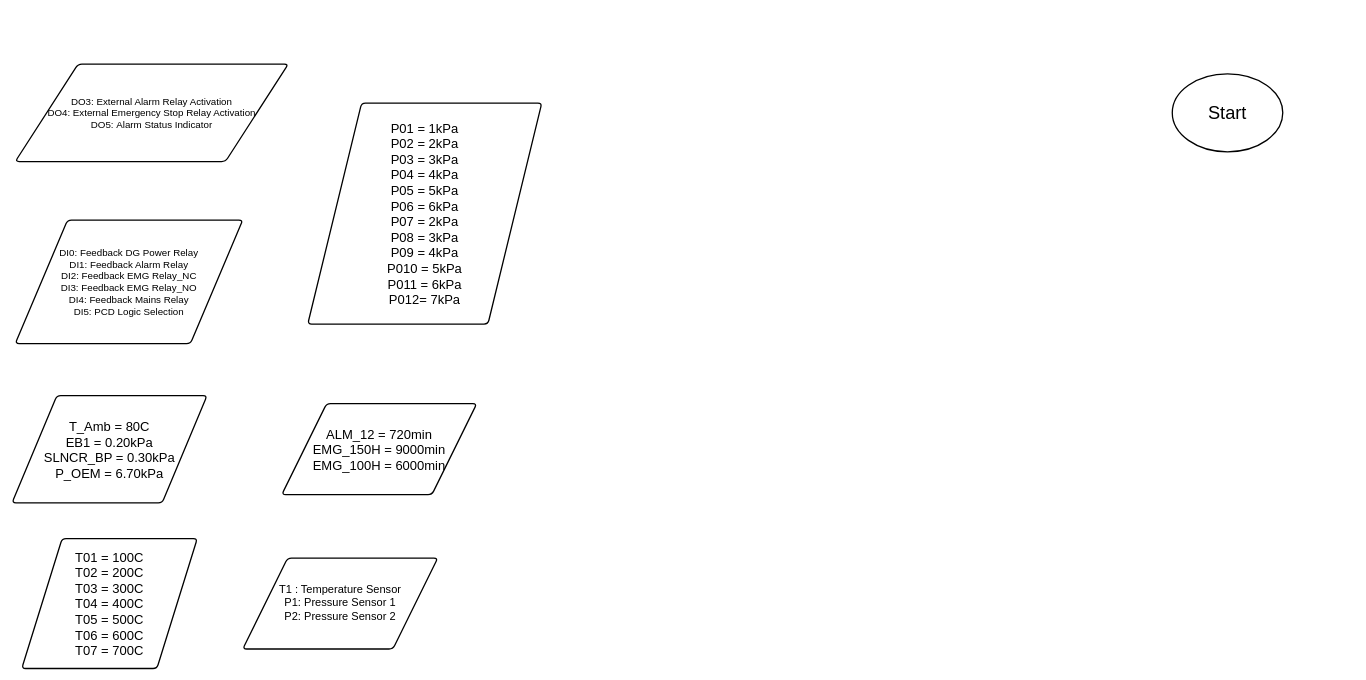
LakshayNegi108/Arduino-Projects keeps this draw.io diagram as page "Variables" (1 of 3) of RECD Logic A.drawio. Above is the earlier version. Source tidied: cells renumbered, new cells numbered last; positions are measured from the earlier drawing's top-left corner, leaving out a move shared by most shapes. Both pictures are drawn from the tidied source at 65%, with x=0, y=0 at pixel (12, 64).
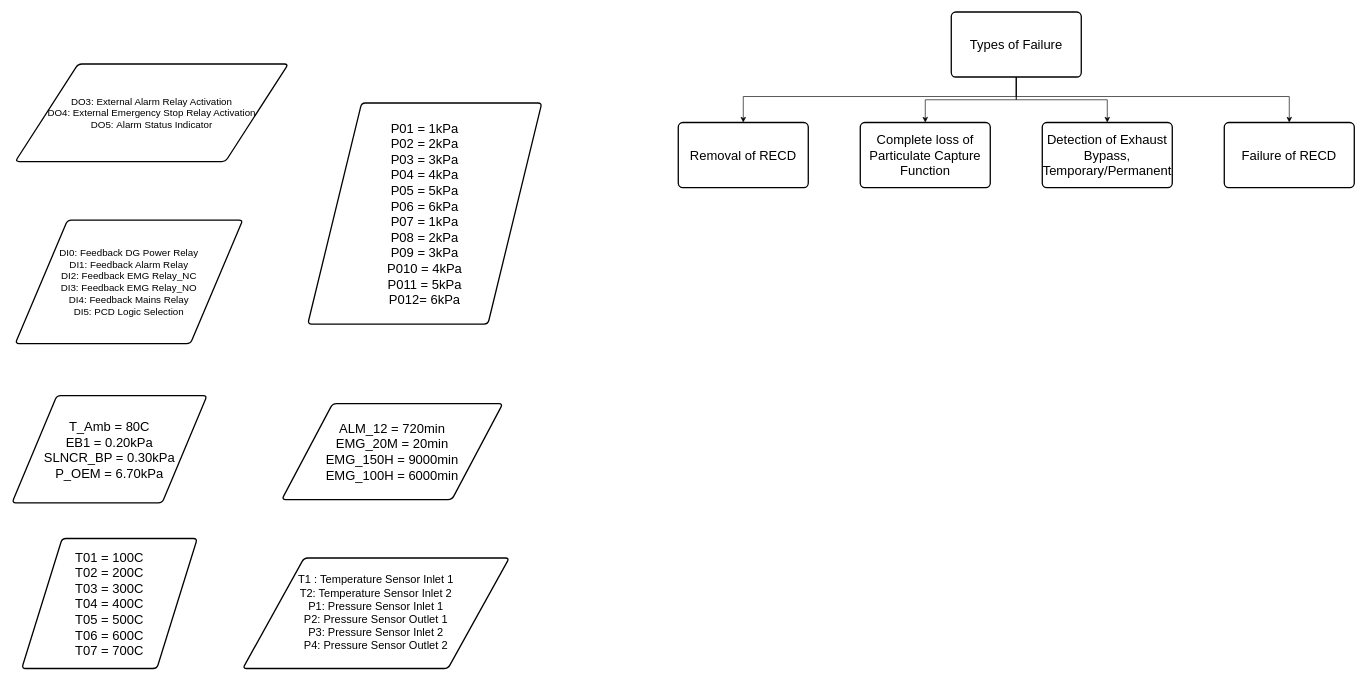
After the change.

The edit, as a diff of the source:
```diff
@@
-    <mxCell id="5" value="&lt;font style=&quot;font-size: 20px;&quot;&gt;P01 = 1kPa&lt;br style=&quot;border-color: var(--border-color);&quot;&gt;P02 = 2kPa&lt;br style=&quot;border-color: var(--border-color);&quot;&gt;P03 = 3kPa&lt;br style=&quot;border-color: var(--border-color);&quot;&gt;P04 = 4kPa&lt;br style=&quot;border-color: var(--border-color);&quot;&gt;P05 = 5kPa&lt;br style=&quot;border-color: var(--border-color);&quot;&gt;P06 = 6kPa&lt;br style=&quot;border-color: var(--border-color);&quot;&gt;P07 = 2kPa&lt;br&gt;P08 = 3kPa&lt;br&gt;P09 = 4kPa&lt;br&gt;P010 = 5kPa&lt;br style=&quot;border-color: var(--border-color);&quot;&gt;P011 = 6kPa&lt;br style=&quot;border-color: var(--border-color);&quot;&gt;P012= 7kPa&lt;br style=&quot;border-color: var(--border-color);&quot;&gt;&lt;/font&gt;" style="shape=parallelogram;html=1;strokeWidth=2;perimeter=parallelogramPerimeter;whiteSpace=wrap;rounded=1;arcSize=12;size=0.23;" parent="1" vertex="1">
+    <mxCell id="5" value="&lt;font style=&quot;font-size: 20px;&quot;&gt;P01 = 1kPa&lt;br style=&quot;border-color: var(--border-color);&quot;&gt;P02 = 2kPa&lt;br style=&quot;border-color: var(--border-color);&quot;&gt;P03 = 3kPa&lt;br style=&quot;border-color: var(--border-color);&quot;&gt;P04 = 4kPa&lt;br style=&quot;border-color: var(--border-color);&quot;&gt;P05 = 5kPa&lt;br style=&quot;border-color: var(--border-color);&quot;&gt;P06 = 6kPa&lt;br style=&quot;border-color: var(--border-color);&quot;&gt;P07 = 1kPa&lt;br&gt;P08 = 2kPa&lt;br&gt;P09 = 3kPa&lt;br&gt;P010 = 4kPa&lt;br style=&quot;border-color: var(--border-color);&quot;&gt;P011 = 5kPa&lt;br style=&quot;border-color: var(--border-color);&quot;&gt;P012= 6kPa&lt;br style=&quot;border-color: var(--border-color);&quot;&gt;&lt;/font&gt;" style="shape=parallelogram;html=1;strokeWidth=2;perimeter=parallelogramPerimeter;whiteSpace=wrap;rounded=1;arcSize=12;size=0.23;" parent="1" vertex="1">
       <mxGeometry x="455" y="60" width="360" height="340" as="geometry" />
     </mxCell>
-    <mxCell id="6" value="&lt;font style=&quot;font-size: 20px;&quot;&gt;ALM_12 = 720min&lt;br&gt;EMG_150H = 9000min&lt;br&gt;EMG_100H = 6000min&lt;/font&gt;" style="shape=parallelogram;html=1;strokeWidth=2;perimeter=parallelogramPerimeter;whiteSpace=wrap;rounded=1;arcSize=12;size=0.23;" parent="1" vertex="1">
-      <mxGeometry x="415" y="522.5" width="300" height="140" as="geometry" />
+    <mxCell id="6" value="&lt;font style=&quot;font-size: 20px;&quot;&gt;ALM_12 = 720min&lt;br&gt;EMG_20M = 20min&lt;br&gt;EMG_150H = 9000min&lt;br&gt;EMG_100H = 6000min&lt;/font&gt;" style="shape=parallelogram;html=1;strokeWidth=2;perimeter=parallelogramPerimeter;whiteSpace=wrap;rounded=1;arcSize=12;size=0.23;" parent="1" vertex="1">
+      <mxGeometry x="415" y="522.5" width="340" height="147.5" as="geometry" />
     </mxCell>
@@
-    <mxCell id="8" value="&lt;font style=&quot;font-size: 28px;&quot;&gt;Start&lt;/font&gt;" style="strokeWidth=2;html=1;shape=mxgraph.flowchart.start_1;whiteSpace=wrap;" parent="1" vertex="1">
-      <mxGeometry x="1785" y="15" width="170" height="120" as="geometry" />
-    </mxCell>
-    <mxCell id="9" value="&lt;font style=&quot;font-size: 17px;&quot;&gt;T1 : Temperature Sensor&lt;br&gt;P1: Pressure Sensor 1&lt;br&gt;P2: Pressure Sensor 2&lt;/font&gt;" style="shape=parallelogram;html=1;strokeWidth=2;perimeter=parallelogramPerimeter;whiteSpace=wrap;rounded=1;arcSize=12;size=0.23;" parent="1" vertex="1">
-      <mxGeometry x="355" y="760" width="300" height="140" as="geometry" />
+    <mxCell id="9" value="&lt;font style=&quot;font-size: 17px;&quot;&gt;T1 : Temperature Sensor Inlet 1&lt;br&gt;T2: Temperature Sensor Inlet 2&lt;br&gt;P1: Pressure Sensor Inlet 1&lt;br&gt;P2: Pressure Sensor Outlet 1&lt;br&gt;P3: Pressure Sensor Inlet 2&lt;br&gt;P4: Pressure Sensor Outlet 2&lt;br&gt;&lt;/font&gt;" style="shape=parallelogram;html=1;strokeWidth=2;perimeter=parallelogramPerimeter;whiteSpace=wrap;rounded=1;arcSize=12;size=0.23;" parent="1" vertex="1">
+      <mxGeometry x="355" y="760" width="410" height="170" as="geometry" />
     </mxCell>
+    <mxCell id="10" style="edgeStyle=orthogonalEdgeStyle;rounded=0;jettySize=auto;html=1;entryX=0.5;entryY=0;entryDx=0;entryDy=0;" parent="1" edge="1" source="14" target="18">
+      <mxGeometry relative="1" as="geometry">
+        <Array as="points">
+          <mxPoint x="1545" y="50" />
+          <mxPoint x="1125" y="50" />
+        </Array>
+      </mxGeometry>
+    </mxCell>
+    <mxCell id="11" style="edgeStyle=orthogonalEdgeStyle;rounded=0;jettySize=auto;html=1;entryX=0.5;entryY=0;entryDx=0;entryDy=0;" parent="1" edge="1" source="14" target="15">
+      <mxGeometry relative="1" as="geometry" />
+    </mxCell>
+    <mxCell id="12" style="edgeStyle=orthogonalEdgeStyle;rounded=0;jettySize=auto;html=1;entryX=0.5;entryY=0;entryDx=0;entryDy=0;" parent="1" edge="1" source="14" target="16">
+      <mxGeometry relative="1" as="geometry">
+        <Array as="points">
+          <mxPoint x="1545" y="55" />
+          <mxPoint x="1685" y="55" />
+        </Array>
+      </mxGeometry>
+    </mxCell>
+    <mxCell id="13" style="edgeStyle=orthogonalEdgeStyle;rounded=0;jettySize=auto;html=1;entryX=0.5;entryY=0;entryDx=0;entryDy=0;" parent="1" edge="1" source="14" target="17">
+      <mxGeometry relative="1" as="geometry">
+        <Array as="points">
+          <mxPoint x="1545" y="50" />
+          <mxPoint x="1965" y="50" />
+        </Array>
+      </mxGeometry>
+    </mxCell>
+    <mxCell id="14" value="&lt;font style=&quot;font-size: 20px;&quot;&gt;Types of Failure&lt;/font&gt;" style="rounded=1;whiteSpace=wrap;html=1;absoluteArcSize=1;arcSize=14;strokeWidth=2;" parent="1" vertex="1">
+      <mxGeometry x="1445" y="-80" width="200" height="100" as="geometry" />
+    </mxCell>
+    <mxCell id="15" value="&lt;font style=&quot;font-size: 20px;&quot;&gt;Complete loss of Particulate Capture Function&lt;/font&gt;" style="rounded=1;whiteSpace=wrap;html=1;absoluteArcSize=1;arcSize=14;strokeWidth=2;" parent="1" vertex="1">
+      <mxGeometry x="1305" y="90" width="200" height="100" as="geometry" />
+    </mxCell>
+    <mxCell id="16" value="&lt;font style=&quot;font-size: 20px;&quot;&gt;Detection of Exhaust Bypass, Temporary/Permanent&lt;/font&gt;" style="rounded=1;whiteSpace=wrap;html=1;absoluteArcSize=1;arcSize=14;strokeWidth=2;" parent="1" vertex="1">
+      <mxGeometry x="1585" y="90" width="200" height="100" as="geometry" />
+    </mxCell>
+    <mxCell id="17" value="&lt;font style=&quot;font-size: 20px;&quot;&gt;Failure of RECD&lt;/font&gt;" style="rounded=1;whiteSpace=wrap;html=1;absoluteArcSize=1;arcSize=14;strokeWidth=2;" parent="1" vertex="1">
+      <mxGeometry x="1865" y="90" width="200" height="100" as="geometry" />
+    </mxCell>
+    <mxCell id="18" value="&lt;font style=&quot;font-size: 20px;&quot;&gt;Removal of RECD&lt;/font&gt;" style="rounded=1;whiteSpace=wrap;html=1;absoluteArcSize=1;arcSize=14;strokeWidth=2;" parent="1" vertex="1">
+      <mxGeometry x="1025" y="90" width="200" height="100" as="geometry" />
+    </mxCell>
```
